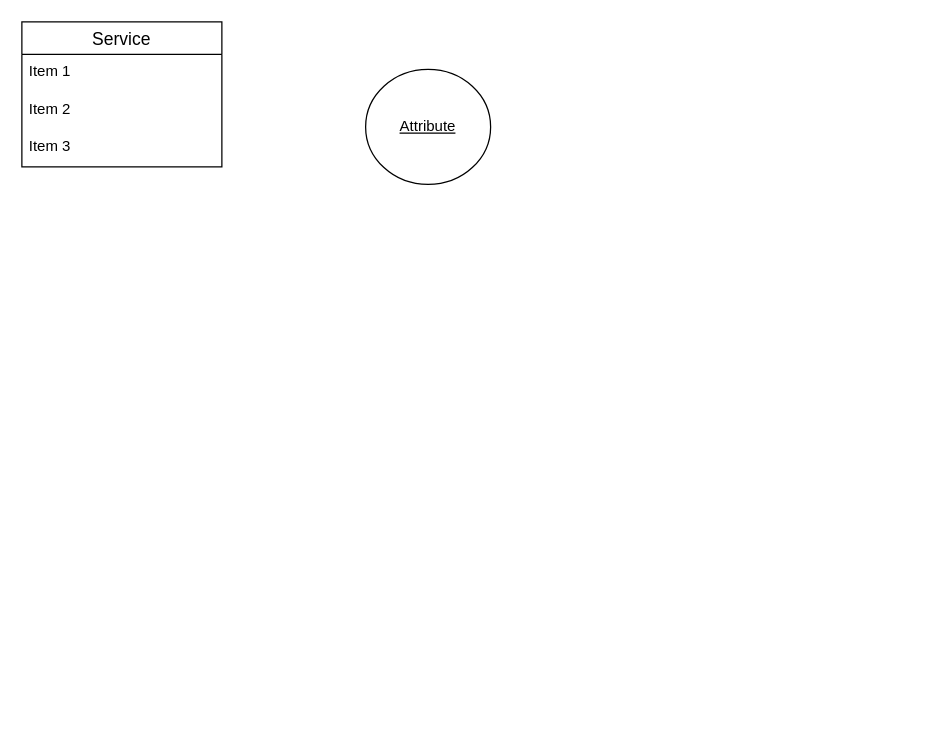
Above: use case.drawio in ManuSquall/analyzGraph (draw.io), before the change. Source tidied: cells renumbered, new cells numbered last; positions are measured from the earlier drawing's top-left corner, leaving out a move shared by most shapes. Both pictures are drawn from the tidied source at 125%, with x=0, y=0 at pixel (21, 21).
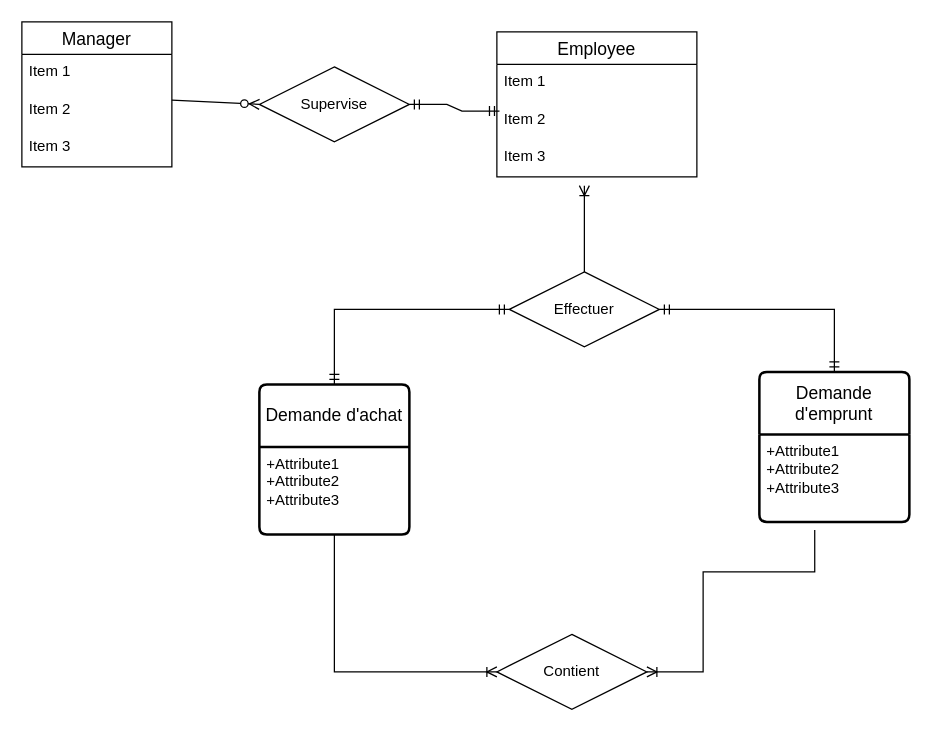
The same page after the edit.

What changed in the source:
```diff
@@
-    <mxCell id="2" value="Service" style="swimlane;fontStyle=0;horizontal=1;startSize=26;align=center;fontSize=14;" parent="1" vertex="1">
-      <mxGeometry width="160" height="116" as="geometry" />
+    <mxCell id="2" value="Manager" style="swimlane;fontStyle=0;horizontal=1;startSize=26;align=center;fontSize=14;" parent="1" vertex="1">
+      <mxGeometry width="120" height="116" as="geometry" />
     </mxCell>
     <mxCell id="3" value="Item 1" style="text;strokeColor=none;fillColor=none;spacingLeft=4;spacingRight=4;overflow=hidden;fontSize=12;whiteSpace=wrap;html=1;" parent="2" vertex="1">
-      <mxGeometry y="26" width="160" height="30" as="geometry" />
+      <mxGeometry y="26" width="120" height="30" as="geometry" />
     </mxCell>
     <mxCell id="4" value="Item 2" style="text;strokeColor=none;fillColor=none;spacingLeft=4;spacingRight=4;overflow=hidden;points=[[0,0.5],[1,0.5]];portConstraint=eastwest;fontSize=12;whiteSpace=wrap;html=1;" parent="2" vertex="1">
-      <mxGeometry y="56" width="160" height="30" as="geometry" />
+      <mxGeometry y="56" width="120" height="30" as="geometry" />
     </mxCell>
     <mxCell id="5" value="Item 3" style="text;strokeColor=none;fillColor=none;spacingLeft=4;spacingRight=4;overflow=hidden;fontSize=12;whiteSpace=wrap;html=1;" parent="2" vertex="1">
-      <mxGeometry y="86" width="160" height="30" as="geometry" />
+      <mxGeometry y="86" width="120" height="30" as="geometry" />
     </mxCell>
-    <mxCell id="6" value="Attribute" style="ellipse;whiteSpace=wrap;html=1;align=center;fontStyle=4;" parent="1" vertex="1">
-      <mxGeometry x="275" y="38" width="100" height="92" as="geometry" />
-    </mxCell>
+    <mxCell id="7" value="Supervise" style="shape=rhombus;perimeter=rhombusPerimeter;whiteSpace=wrap;html=1;align=center;" parent="1" vertex="1">
+      <mxGeometry x="190" y="36" width="120" height="60" as="geometry" />
+    </mxCell>
+    <mxCell id="8" style="fontSize=12;html=1;endArrow=ERzeroToMany;endFill=1;rounded=0;exitX=1;exitY=0.222;exitDx=0;exitDy=0;exitPerimeter=0;entryX=0;entryY=0.5;entryDx=0;entryDy=0;" parent="1" edge="1" source="4" target="7">
+      <mxGeometry relative="1" as="geometry" />
+    </mxCell>
+    <mxCell id="9" value="Employee" style="swimlane;fontStyle=0;horizontal=1;startSize=26;align=center;fontSize=14;" parent="1" vertex="1">
+      <mxGeometry x="380" y="8" width="160" height="116" as="geometry" />
+    </mxCell>
+    <mxCell id="10" value="Item 1" style="text;strokeColor=none;fillColor=none;spacingLeft=4;spacingRight=4;overflow=hidden;fontSize=12;whiteSpace=wrap;html=1;" parent="9" vertex="1">
+      <mxGeometry y="26" width="160" height="30" as="geometry" />
+    </mxCell>
+    <mxCell id="11" value="Item 2" style="text;strokeColor=none;fillColor=none;spacingLeft=4;spacingRight=4;overflow=hidden;points=[[0,0.5],[1,0.5]];portConstraint=eastwest;fontSize=12;whiteSpace=wrap;html=1;" parent="9" vertex="1">
+      <mxGeometry y="56" width="160" height="30" as="geometry" />
+    </mxCell>
+    <mxCell id="12" value="Item 3" style="text;strokeColor=none;fillColor=none;spacingLeft=4;spacingRight=4;overflow=hidden;fontSize=12;whiteSpace=wrap;html=1;" parent="9" vertex="1">
+      <mxGeometry y="86" width="160" height="30" as="geometry" />
+    </mxCell>
+    <mxCell id="13" style="edgeStyle=entityRelationEdgeStyle;fontSize=12;html=1;endArrow=ERmandOne;startArrow=ERmandOne;rounded=0;entryX=0.013;entryY=0.244;entryDx=0;entryDy=0;entryPerimeter=0;" parent="1" edge="1" source="7" target="11">
+      <mxGeometry relative="1" as="geometry" />
+    </mxCell>
+    <mxCell id="14" value="Effectuer" style="shape=rhombus;perimeter=rhombusPerimeter;whiteSpace=wrap;html=1;align=center;" parent="1" vertex="1">
+      <mxGeometry x="390" y="200" width="120" height="60" as="geometry" />
+    </mxCell>
+    <mxCell id="15" value="Demande d'emprunt" style="swimlane;horizontal=1;startSize=50;rounded=1;fontSize=14;fontStyle=0;strokeWidth=2;shadow=0;dashed=0;align=center;arcSize=4;whiteSpace=wrap;html=1;" parent="1" vertex="1">
+      <mxGeometry x="590" y="280" width="120" height="120" as="geometry" />
+    </mxCell>
+    <mxCell id="16" value="+Attribute1&#10;+Attribute2&#10;+Attribute3" style="align=left;strokeColor=none;fillColor=none;spacingLeft=4;fontSize=12;verticalAlign=top;html=1;" parent="15" vertex="1">
+      <mxGeometry y="50" width="120" height="70" as="geometry" />
+    </mxCell>
+    <mxCell id="17" value="Demande d'achat" style="swimlane;horizontal=1;startSize=50;rounded=1;fontSize=14;fontStyle=0;strokeWidth=2;shadow=0;dashed=0;align=center;arcSize=4;whiteSpace=wrap;html=1;" parent="1" vertex="1">
+      <mxGeometry x="190" y="290" width="120" height="120" as="geometry" />
+    </mxCell>
+    <mxCell id="18" value="+Attribute1&#10;+Attribute2&#10;+Attribute3" style="align=left;strokeColor=none;fillColor=none;spacingLeft=4;fontSize=12;verticalAlign=top;html=1;" parent="17" vertex="1">
+      <mxGeometry y="50" width="120" height="70" as="geometry" />
+    </mxCell>
+    <mxCell id="19" style="fontSize=12;html=1;endArrow=ERoneToMany;rounded=0;exitX=0.5;exitY=0;exitDx=0;exitDy=0;" parent="1" edge="1" source="14">
+      <mxGeometry relative="1" as="geometry">
+        <mxPoint x="450" y="131" as="targetPoint" />
+      </mxGeometry>
+    </mxCell>
+    <mxCell id="20" style="edgeStyle=orthogonalEdgeStyle;fontSize=12;html=1;endArrow=ERmandOne;startArrow=ERmandOne;rounded=0;exitX=1;exitY=0.5;exitDx=0;exitDy=0;entryX=0.5;entryY=0;entryDx=0;entryDy=0;" parent="1" edge="1" source="14" target="15">
+      <mxGeometry relative="1" as="geometry" />
+    </mxCell>
+    <mxCell id="21" style="edgeStyle=orthogonalEdgeStyle;fontSize=12;html=1;endArrow=ERmandOne;startArrow=ERmandOne;rounded=0;entryX=0.5;entryY=0;entryDx=0;entryDy=0;exitX=0;exitY=0.5;exitDx=0;exitDy=0;" parent="1" edge="1" source="14" target="17">
+      <mxGeometry relative="1" as="geometry" />
+    </mxCell>
+    <mxCell id="22" value="Contient" style="shape=rhombus;perimeter=rhombusPerimeter;whiteSpace=wrap;html=1;align=center;" parent="1" vertex="1">
+      <mxGeometry x="380" y="490" width="120" height="60" as="geometry" />
+    </mxCell>
+    <mxCell id="23" style="edgeStyle=orthogonalEdgeStyle;fontSize=12;html=1;endArrow=ERoneToMany;rounded=0;exitX=0.5;exitY=1;exitDx=0;exitDy=0;entryX=0;entryY=0.5;entryDx=0;entryDy=0;" parent="1" edge="1" source="18" target="22">
+      <mxGeometry relative="1" as="geometry" />
+    </mxCell>
+    <mxCell id="24" style="edgeStyle=orthogonalEdgeStyle;fontSize=12;html=1;endArrow=ERoneToMany;rounded=0;exitX=0.369;exitY=1.093;exitDx=0;exitDy=0;entryX=1;entryY=0.5;entryDx=0;entryDy=0;exitPerimeter=0;" parent="1" edge="1" source="16" target="22">
+      <mxGeometry relative="1" as="geometry">
+        <Array as="points">
+          <mxPoint x="634" y="440" />
+          <mxPoint x="545" y="440" />
+          <mxPoint x="545" y="520" />
+        </Array>
+      </mxGeometry>
+    </mxCell>
```
